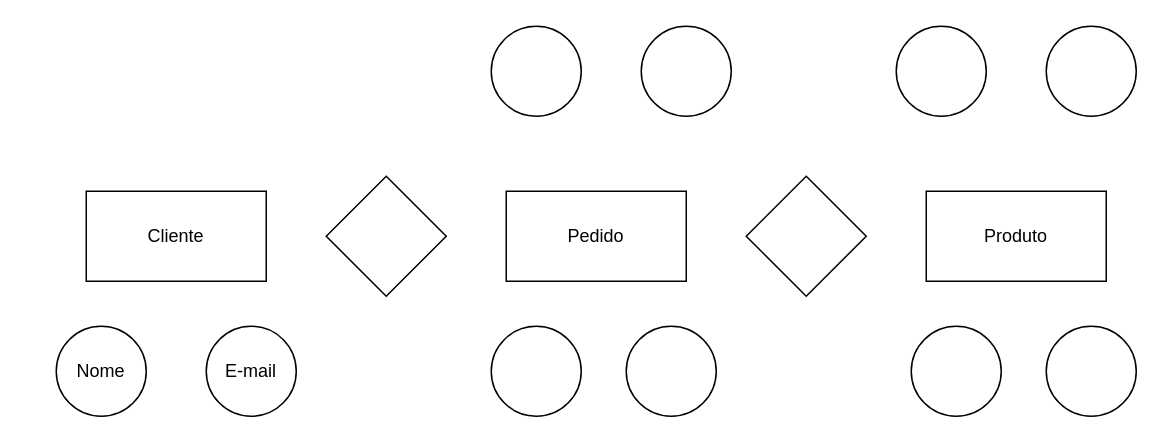
Before: projetoloja.drawio in M4rquesGustavo/3ds, a draw.io diagram. Source tidied: cells renumbered, new cells numbered last; positions are measured from the earlier drawing's top-left corner, leaving out a move shared by most shapes. Both pictures are drawn from the tidied source at 150%, with x=0, y=0 at pixel (56, 26).
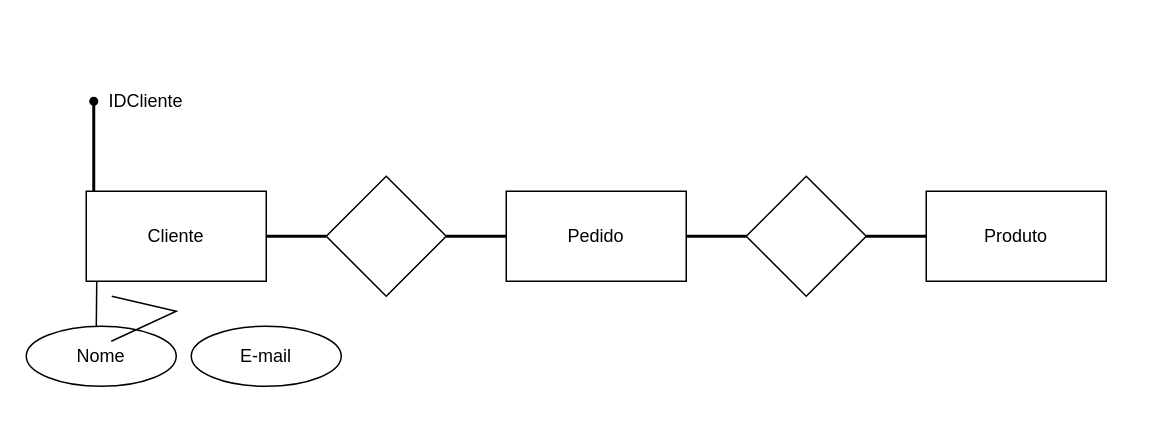
The same page after the edit.

What changed in the source:
```diff
@@
-    <mxCell id="10" style="ellipse;whiteSpace=wrap;html=1;" parent="1" vertex="1">
-      <mxGeometry y="200" width="60" height="60" as="geometry" />
-    </mxCell>
-    <mxCell id="11" style="ellipse;whiteSpace=wrap;html=1;" parent="1" vertex="1">
-      <mxGeometry x="290" width="60" height="60" as="geometry" />
-    </mxCell>
-    <mxCell id="12" style="ellipse;whiteSpace=wrap;html=1;" parent="1" vertex="1">
-      <mxGeometry x="100" y="200" width="60" height="60" as="geometry" />
-    </mxCell>
-    <mxCell id="13" style="ellipse;whiteSpace=wrap;html=1;" parent="1" vertex="1">
-      <mxGeometry x="660" width="60" height="60" as="geometry" />
-    </mxCell>
-    <mxCell id="14" style="ellipse;whiteSpace=wrap;html=1;" parent="1" vertex="1">
-      <mxGeometry x="560" width="60" height="60" as="geometry" />
-    </mxCell>
-    <mxCell id="15" style="ellipse;whiteSpace=wrap;html=1;" parent="1" vertex="1">
-      <mxGeometry x="660" y="200" width="60" height="60" as="geometry" />
-    </mxCell>
-    <mxCell id="16" style="ellipse;whiteSpace=wrap;html=1;" parent="1" vertex="1">
-      <mxGeometry x="570" y="200" width="60" height="60" as="geometry" />
-    </mxCell>
-    <mxCell id="17" style="ellipse;whiteSpace=wrap;html=1;" parent="1" vertex="1">
-      <mxGeometry x="390" width="60" height="60" as="geometry" />
-    </mxCell>
-    <mxCell id="18" style="ellipse;whiteSpace=wrap;html=1;" parent="1" vertex="1">
-      <mxGeometry x="380" y="200" width="60" height="60" as="geometry" />
-    </mxCell>
-    <mxCell id="19" style="ellipse;whiteSpace=wrap;html=1;" parent="1" vertex="1">
-      <mxGeometry x="290" y="200" width="60" height="60" as="geometry" />
-    </mxCell>
+    <mxCell id="22" style="shape=waypoint;sketch=0;fillStyle=solid;size=6;fillColor=none;perimeter=centerPerimeter;" parent="1" vertex="1">
+      <mxGeometry x="15" y="40" width="20" height="20" as="geometry" />
+    </mxCell>
+    <mxCell id="23" style="line;strokeWidth=2;direction=south;html=1;" parent="1" vertex="1">
+      <mxGeometry x="20" y="50" width="10" height="60" as="geometry" />
+    </mxCell>
+    <mxCell id="24" value="IDCliente" style="text;html=1;align=center;verticalAlign=middle;whiteSpace=wrap;rounded=0;" parent="1" vertex="1">
+      <mxGeometry x="30" y="35" width="60" height="30" as="geometry" />
+    </mxCell>
+    <mxCell id="25" style="line;strokeWidth=2;html=1;" parent="1" vertex="1">
+      <mxGeometry x="140" y="135" width="40" height="10" as="geometry" />
+    </mxCell>
+    <mxCell id="26" style="line;strokeWidth=2;html=1;" parent="1" vertex="1">
+      <mxGeometry x="260" y="135" width="40" height="10" as="geometry" />
+    </mxCell>
+    <mxCell id="27" style="line;strokeWidth=2;html=1;" parent="1" vertex="1">
+      <mxGeometry x="540" y="135" width="40" height="10" as="geometry" />
+    </mxCell>
+    <mxCell id="28" style="line;strokeWidth=2;html=1;" parent="1" vertex="1">
+      <mxGeometry x="420" y="135" width="40" height="10" as="geometry" />
+    </mxCell>
-    <mxCell id="20" value="Nome" style="text;html=1;align=center;verticalAlign=middle;whiteSpace=wrap;rounded=0;" parent="1" vertex="1">
-      <mxGeometry y="215" width="60" height="30" as="geometry" />
+    <mxCell id="20" value="Nome" style="ellipse;whiteSpace=wrap;html=1;align=center;" parent="1" vertex="1">
+      <mxGeometry x="-20" y="200" width="100" height="40" as="geometry" />
     </mxCell>
-    <mxCell id="21" value="E-mail" style="text;html=1;align=center;verticalAlign=middle;whiteSpace=wrap;rounded=0;" parent="1" vertex="1">
-      <mxGeometry x="100" y="215" width="60" height="30" as="geometry" />
+    <mxCell id="21" value="E-mail" style="ellipse;whiteSpace=wrap;html=1;align=center;" parent="1" vertex="1">
+      <mxGeometry x="90" y="200" width="100" height="40" as="geometry" />
     </mxCell>
+    <mxCell id="29" style="endArrow=none;html=1;rounded=0;" parent="1" edge="1">
+      <mxGeometry relative="1" as="geometry">
+        <mxPoint x="26.7" y="200" as="sourcePoint" />
+        <mxPoint x="27" y="170" as="targetPoint" />
+      </mxGeometry>
+    </mxCell>
+    <mxCell id="30" style="endArrow=none;html=1;rounded=0;" parent="1" edge="1">
+      <mxGeometry relative="1" as="geometry">
+        <mxPoint x="36.7" y="210" as="sourcePoint" />
+        <mxPoint x="37" y="180" as="targetPoint" />
+        <Array as="points">
+          <mxPoint x="80" y="190" />
+        </Array>
+      </mxGeometry>
+    </mxCell>
```
